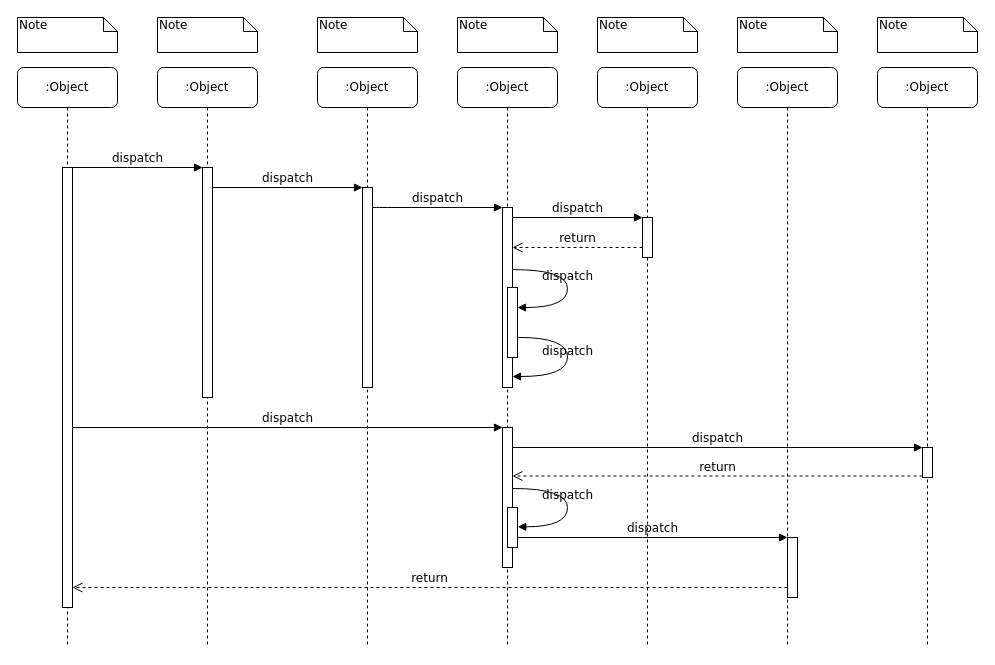
The draw.io diagram Untitled Diagram.drawio in luoyunpeng-Vincent/lyp, before the edit. Source tidied: cells renumbered, new cells numbered last; positions are measured from the earlier drawing's top-left corner, leaving out a move shared by most shapes. Both pictures are drawn from the tidied source at 100%, with x=0, y=0 at pixel (17, 17).
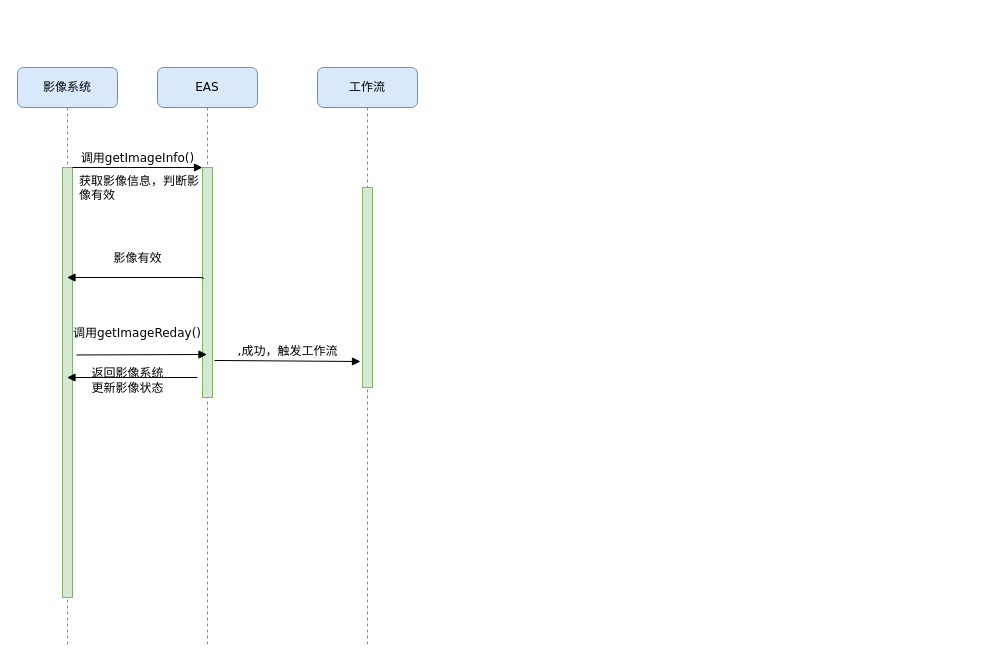
Above is the later version.

Change to the diagram source:
```diff
@@
-    <mxCell id="2" value=":Object" style="shape=umlLifeline;perimeter=lifelinePerimeter;whiteSpace=wrap;html=1;outlineConnect=0;rounded=1;shadow=0;comic=0;labelBackgroundColor=none;strokeWidth=1;fontFamily=Verdana;fontSize=12;align=center;" parent="1" vertex="1">
+    <mxCell id="2" value="EAS" style="shape=umlLifeline;perimeter=lifelinePerimeter;whiteSpace=wrap;html=1;outlineConnect=0;rounded=1;shadow=0;comic=0;labelBackgroundColor=none;strokeWidth=1;fontFamily=Verdana;fontSize=12;align=center;fillColor=#dae8fc;strokeColor=#6c8ebf;" parent="1" vertex="1">
       <mxGeometry x="140" y="50" width="100" height="580" as="geometry" />
     </mxCell>
-    <mxCell id="3" style="html=1;points=[];perimeter=orthogonalPerimeter;rounded=0;shadow=0;comic=0;labelBackgroundColor=none;strokeWidth=1;fontFamily=Verdana;fontSize=12;align=center;" parent="2" vertex="1">
+    <mxCell id="3" style="html=1;points=[];perimeter=orthogonalPerimeter;rounded=0;shadow=0;comic=0;labelBackgroundColor=none;strokeWidth=1;fontFamily=Verdana;fontSize=12;align=center;fillColor=#d5e8d4;strokeColor=#82b366;" parent="2" vertex="1">
       <mxGeometry x="45" y="100" width="10" height="230" as="geometry" />
     </mxCell>
-    <mxCell id="4" value=":Object" style="shape=umlLifeline;perimeter=lifelinePerimeter;whiteSpace=wrap;html=1;rounded=1;shadow=0;comic=0;labelBackgroundColor=none;strokeWidth=1;fontFamily=Verdana;fontSize=12;align=center;" parent="1" vertex="1">
+    <mxCell id="4" value="工作流" style="shape=umlLifeline;perimeter=lifelinePerimeter;whiteSpace=wrap;html=1;rounded=1;shadow=0;comic=0;labelBackgroundColor=none;strokeWidth=1;fontFamily=Verdana;fontSize=12;align=center;fillColor=#dae8fc;strokeColor=#6c8ebf;" parent="1" vertex="1">
       <mxGeometry x="300" y="50" width="100" height="580" as="geometry" />
     </mxCell>
-    <mxCell id="5" style="html=1;points=[];perimeter=orthogonalPerimeter;rounded=0;shadow=0;comic=0;labelBackgroundColor=none;strokeWidth=1;fontFamily=Verdana;fontSize=12;align=center;" parent="4" vertex="1">
+    <mxCell id="5" style="html=1;points=[];perimeter=orthogonalPerimeter;rounded=0;shadow=0;comic=0;labelBackgroundColor=none;strokeWidth=1;fontFamily=Verdana;fontSize=12;align=center;fillColor=#d5e8d4;strokeColor=#82b366;" parent="4" vertex="1">
       <mxGeometry x="45" y="120" width="10" height="200" as="geometry" />
     </mxCell>
-    <mxCell id="6" value=":Object" style="shape=umlLifeline;perimeter=lifelinePerimeter;whiteSpace=wrap;html=1;rounded=1;shadow=0;comic=0;labelBackgroundColor=none;strokeWidth=1;fontFamily=Verdana;fontSize=12;align=center;" parent="1" vertex="1">
-      <mxGeometry x="440" y="50" width="100" height="580" as="geometry" />
-    </mxCell>
-    <mxCell id="7" value=":Object" style="shape=umlLifeline;perimeter=lifelinePerimeter;whiteSpace=wrap;html=1;rounded=1;shadow=0;comic=0;labelBackgroundColor=none;strokeWidth=1;fontFamily=Verdana;fontSize=12;align=center;" parent="1" vertex="1">
-      <mxGeometry x="580" y="50" width="100" height="580" as="geometry" />
-    </mxCell>
-    <mxCell id="8" value=":Object" style="shape=umlLifeline;perimeter=lifelinePerimeter;whiteSpace=wrap;html=1;rounded=1;shadow=0;comic=0;labelBackgroundColor=none;strokeWidth=1;fontFamily=Verdana;fontSize=12;align=center;" parent="1" vertex="1">
-      <mxGeometry x="720" y="50" width="100" height="580" as="geometry" />
-    </mxCell>
-    <mxCell id="9" value=":Object" style="shape=umlLifeline;perimeter=lifelinePerimeter;whiteSpace=wrap;html=1;rounded=1;shadow=0;comic=0;labelBackgroundColor=none;strokeWidth=1;fontFamily=Verdana;fontSize=12;align=center;" parent="1" vertex="1">
-      <mxGeometry x="860" y="50" width="100" height="580" as="geometry" />
-    </mxCell>
-    <mxCell id="10" value=":Object" style="shape=umlLifeline;perimeter=lifelinePerimeter;whiteSpace=wrap;html=1;outlineConnect=0;rounded=1;shadow=0;comic=0;labelBackgroundColor=none;strokeWidth=1;fontFamily=Verdana;fontSize=12;align=center;" parent="1" vertex="1">
+    <mxCell id="10" value="影像系统" style="shape=umlLifeline;perimeter=lifelinePerimeter;whiteSpace=wrap;html=1;outlineConnect=0;rounded=1;shadow=0;comic=0;labelBackgroundColor=none;strokeWidth=1;fontFamily=Verdana;fontSize=12;align=center;fillColor=#dae8fc;strokeColor=#6c8ebf;" parent="1" vertex="1">
       <mxGeometry y="50" width="100" height="580" as="geometry" />
     </mxCell>
-    <mxCell id="11" style="html=1;points=[];perimeter=orthogonalPerimeter;rounded=0;shadow=0;comic=0;labelBackgroundColor=none;strokeWidth=1;fontFamily=Verdana;fontSize=12;align=center;" parent="10" vertex="1">
-      <mxGeometry x="45" y="100" width="10" height="440" as="geometry" />
+    <mxCell id="11" style="html=1;points=[];perimeter=orthogonalPerimeter;rounded=0;shadow=0;comic=0;labelBackgroundColor=none;strokeWidth=1;fontFamily=Verdana;fontSize=12;align=center;fillColor=#d5e8d4;strokeColor=#82b366;" parent="10" vertex="1">
+      <mxGeometry x="45" y="100" width="10" height="430" as="geometry" />
     </mxCell>
-    <mxCell id="12" style="html=1;points=[];perimeter=orthogonalPerimeter;rounded=0;shadow=0;comic=0;labelBackgroundColor=none;strokeWidth=1;fontFamily=Verdana;fontSize=12;align=center;" parent="1" vertex="1">
-      <mxGeometry x="485" y="190" width="10" height="180" as="geometry" />
-    </mxCell>
-    <mxCell id="13" value="dispatch" style="html=1;verticalAlign=bottom;endArrow=block;labelBackgroundColor=none;fontFamily=Verdana;fontSize=12;edgeStyle=elbowEdgeStyle;elbow=vertical;" parent="1" edge="1" source="5" target="12">
-      <mxGeometry relative="1" as="geometry">
+    <mxCell id="13" value="影像有效" style="html=1;verticalAlign=bottom;endArrow=block;labelBackgroundColor=none;fontFamily=Verdana;fontSize=12;edgeStyle=elbowEdgeStyle;elbow=vertical;exitX=0.1;exitY=0.483;exitDx=0;exitDy=0;exitPerimeter=0;" parent="1" edge="1" source="3" target="10">
+      <mxGeometry x="-0.02" y="-10" relative="1" as="geometry">
         <Array as="points">
-          <mxPoint x="360" y="190" />
+          <mxPoint x="140" y="260" />
         </Array>
       </mxGeometry>
     </mxCell>
-    <mxCell id="14" style="html=1;points=[];perimeter=orthogonalPerimeter;rounded=0;shadow=0;comic=0;labelBackgroundColor=none;strokeWidth=1;fontFamily=Verdana;fontSize=12;align=center;" parent="1" vertex="1">
-      <mxGeometry x="625" y="200" width="10" height="40" as="geometry" />
-    </mxCell>
-    <mxCell id="15" value="dispatch" style="html=1;verticalAlign=bottom;endArrow=block;entryX=0;entryY=0;labelBackgroundColor=none;fontFamily=Verdana;fontSize=12;edgeStyle=elbowEdgeStyle;elbow=vertical;" parent="1" edge="1" source="12" target="14">
-      <mxGeometry relative="1" as="geometry" />
-    </mxCell>
-    <mxCell id="16" value="return" style="html=1;verticalAlign=bottom;endArrow=open;dashed=1;endSize=8;labelBackgroundColor=none;fontFamily=Verdana;fontSize=12;edgeStyle=elbowEdgeStyle;elbow=vertical;" parent="1" edge="1" source="14" target="12">
-      <mxGeometry relative="1" as="geometry">
-        <Array as="points">
-          <mxPoint x="570" y="230" />
-          <mxPoint x="600" y="230" />
-        </Array>
-      </mxGeometry>
-    </mxCell>
-    <mxCell id="17" style="html=1;points=[];perimeter=orthogonalPerimeter;rounded=0;shadow=0;comic=0;labelBackgroundColor=none;strokeWidth=1;fontFamily=Verdana;fontSize=12;align=center;" parent="1" vertex="1">
-      <mxGeometry x="485" y="410" width="10" height="140" as="geometry" />
-    </mxCell>
-    <mxCell id="18" value="dispatch" style="html=1;verticalAlign=bottom;endArrow=block;entryX=0;entryY=0;labelBackgroundColor=none;fontFamily=Verdana;fontSize=12;" parent="1" edge="1" source="11" target="17">
+    <mxCell id="18" value=",成功，触发工作流" style="html=1;verticalAlign=bottom;endArrow=block;entryX=-0.2;entryY=0.87;labelBackgroundColor=none;fontFamily=Verdana;fontSize=12;exitX=1.2;exitY=0.839;exitDx=0;exitDy=0;exitPerimeter=0;entryDx=0;entryDy=0;entryPerimeter=0;" parent="1" edge="1" source="3" target="5">
       <mxGeometry relative="1" as="geometry" />
     </mxCell>
-    <mxCell id="19" style="html=1;points=[];perimeter=orthogonalPerimeter;rounded=0;shadow=0;comic=0;labelBackgroundColor=none;strokeColor=#000000;strokeWidth=1;fillColor=#FFFFFF;fontFamily=Verdana;fontSize=12;fontColor=#000000;align=center;" parent="1" vertex="1">
-      <mxGeometry x="905" y="430" width="10" height="30" as="geometry" />
-    </mxCell>
-    <mxCell id="20" value="dispatch" style="html=1;verticalAlign=bottom;endArrow=block;entryX=0;entryY=0;labelBackgroundColor=none;fontFamily=Verdana;fontSize=12;" parent="1" edge="1" source="17" target="19">
-      <mxGeometry relative="1" as="geometry" />
-    </mxCell>
-    <mxCell id="21" value="return" style="html=1;verticalAlign=bottom;endArrow=open;dashed=1;endSize=8;exitX=0;exitY=0.95;labelBackgroundColor=none;fontFamily=Verdana;fontSize=12;" parent="1" edge="1" source="19" target="17">
-      <mxGeometry relative="1" as="geometry" />
-    </mxCell>
-    <mxCell id="22" style="html=1;points=[];perimeter=orthogonalPerimeter;rounded=0;shadow=0;comic=0;labelBackgroundColor=none;strokeWidth=1;fontFamily=Verdana;fontSize=12;align=center;" parent="1" vertex="1">
-      <mxGeometry x="770" y="520" width="10" height="60" as="geometry" />
-    </mxCell>
-    <mxCell id="23" value="dispatch" style="html=1;verticalAlign=bottom;endArrow=block;entryX=0;entryY=0;labelBackgroundColor=none;fontFamily=Verdana;fontSize=12;edgeStyle=elbowEdgeStyle;elbow=vertical;" parent="1" edge="1" source="30" target="22">
-      <mxGeometry relative="1" as="geometry" />
+    <mxCell id="23" value="&lt;div&gt;返回影像系统&lt;/div&gt;&lt;div&gt;更新影像状态&lt;/div&gt;" style="html=1;verticalAlign=bottom;endArrow=block;labelBackgroundColor=none;fontFamily=Verdana;fontSize=12;edgeStyle=elbowEdgeStyle;elbow=vertical;" parent="1" edge="1" target="10">
+      <mxGeometry x="0.07" y="20" relative="1" as="geometry">
+        <mxPoint x="180" y="360" as="sourcePoint" />
+      </mxGeometry>
     </mxCell>
-    <mxCell id="24" value="return" style="html=1;verticalAlign=bottom;endArrow=open;dashed=1;endSize=8;labelBackgroundColor=none;fontFamily=Verdana;fontSize=12;edgeStyle=elbowEdgeStyle;elbow=vertical;" parent="1" edge="1" source="22" target="11">
-      <mxGeometry relative="1" as="geometry">
-        <Array as="points">
-          <mxPoint x="470" y="570" />
-        </Array>
-      </mxGeometry>
-    </mxCell>
-    <mxCell id="25" value="dispatch" style="html=1;verticalAlign=bottom;endArrow=block;entryX=0;entryY=0;labelBackgroundColor=none;fontFamily=Verdana;fontSize=12;edgeStyle=elbowEdgeStyle;elbow=vertical;" parent="1" edge="1" source="11" target="3">
+    <mxCell id="25" value="调用getImageInfo()" style="html=1;verticalAlign=bottom;endArrow=block;entryX=0;entryY=0;labelBackgroundColor=none;fontFamily=Verdana;fontSize=12;edgeStyle=elbowEdgeStyle;elbow=vertical;" parent="1" edge="1" source="11" target="3">
       <mxGeometry relative="1" as="geometry" />
     </mxCell>
-    <mxCell id="26" value="dispatch" style="html=1;verticalAlign=bottom;endArrow=block;entryX=0;entryY=0;labelBackgroundColor=none;fontFamily=Verdana;fontSize=12;edgeStyle=elbowEdgeStyle;elbow=vertical;" parent="1" edge="1" source="3" target="5">
-      <mxGeometry relative="1" as="geometry" />
+    <mxCell id="26" value="&amp;nbsp; &amp;nbsp;&amp;nbsp; 调用getImageReday()" style="html=1;verticalAlign=bottom;endArrow=block;labelBackgroundColor=none;fontFamily=Verdana;fontSize=12;edgeStyle=elbowEdgeStyle;elbow=vertical;exitX=1.4;exitY=0.436;exitDx=0;exitDy=0;exitPerimeter=0;" parent="1" edge="1" source="11" target="2">
+      <mxGeometry x="-0.22" y="12" relative="1" as="geometry" />
     </mxCell>
-    <mxCell id="27" style="html=1;points=[];perimeter=orthogonalPerimeter;rounded=0;shadow=0;comic=0;labelBackgroundColor=none;strokeWidth=1;fontFamily=Verdana;fontSize=12;align=center;" parent="1" vertex="1">
-      <mxGeometry x="490" y="270" width="10" height="70" as="geometry" />
-    </mxCell>
-    <mxCell id="28" value="dispatch" style="html=1;verticalAlign=bottom;endArrow=block;labelBackgroundColor=none;fontFamily=Verdana;fontSize=12;elbow=vertical;edgeStyle=orthogonalEdgeStyle;curved=1;entryX=1;entryY=0.286;entryPerimeter=0;exitX=1.038;exitY=0.345;exitPerimeter=0;" parent="1" edge="1" source="12" target="27">
-      <mxGeometry relative="1" as="geometry">
-        <Array as="points">
-          <mxPoint x="550" y="252" />
-          <mxPoint x="550" y="290" />
-        </Array>
-      </mxGeometry>
-    </mxCell>
-    <mxCell id="29" value="dispatch" style="html=1;verticalAlign=bottom;endArrow=block;labelBackgroundColor=none;fontFamily=Verdana;fontSize=12;elbow=vertical;edgeStyle=orthogonalEdgeStyle;curved=1;exitX=1.066;exitY=0.713;exitPerimeter=0;" parent="1" edge="1" source="27">
-      <mxGeometry relative="1" as="geometry">
-        <mxPoint x="495" y="359" as="targetPoint" />
-        <Array as="points">
-          <mxPoint x="550" y="320" />
-          <mxPoint x="550" y="359" />
-        </Array>
-      </mxGeometry>
-    </mxCell>
-    <mxCell id="30" style="html=1;points=[];perimeter=orthogonalPerimeter;rounded=0;shadow=0;comic=0;labelBackgroundColor=none;strokeWidth=1;fontFamily=Verdana;fontSize=12;align=center;" parent="1" vertex="1">
-      <mxGeometry x="490" y="490" width="10" height="40" as="geometry" />
-    </mxCell>
-    <mxCell id="31" value="dispatch" style="html=1;verticalAlign=bottom;endArrow=block;labelBackgroundColor=none;fontFamily=Verdana;fontSize=12;elbow=vertical;edgeStyle=orthogonalEdgeStyle;curved=1;entryX=1;entryY=0.286;entryPerimeter=0;exitX=1.038;exitY=0.345;exitPerimeter=0;" parent="1" edge="1">
-      <mxGeometry relative="1" as="geometry">
-        <mxPoint x="495.3" y="471" as="sourcePoint" />
-        <mxPoint x="500.3" y="509.3" as="targetPoint" />
-        <Array as="points">
-          <mxPoint x="550" y="471" />
-          <mxPoint x="550" y="509" />
-        </Array>
-      </mxGeometry>
-    </mxCell>
-    <mxCell id="32" value="Note" style="shape=note;whiteSpace=wrap;html=1;size=14;verticalAlign=top;align=left;spacingTop=-6;rounded=0;shadow=0;comic=0;labelBackgroundColor=none;strokeWidth=1;fontFamily=Verdana;fontSize=12;" parent="1" vertex="1">
-      <mxGeometry width="100" height="35" as="geometry" />
-    </mxCell>
-    <mxCell id="33" value="Note" style="shape=note;whiteSpace=wrap;html=1;size=14;verticalAlign=top;align=left;spacingTop=-6;rounded=0;shadow=0;comic=0;labelBackgroundColor=none;strokeWidth=1;fontFamily=Verdana;fontSize=12;" parent="1" vertex="1">
-      <mxGeometry x="140" width="100" height="35" as="geometry" />
-    </mxCell>
-    <mxCell id="34" value="Note" style="shape=note;whiteSpace=wrap;html=1;size=14;verticalAlign=top;align=left;spacingTop=-6;rounded=0;shadow=0;comic=0;labelBackgroundColor=none;strokeWidth=1;fontFamily=Verdana;fontSize=12;" parent="1" vertex="1">
-      <mxGeometry x="300" width="100" height="35" as="geometry" />
-    </mxCell>
-    <mxCell id="35" value="Note" style="shape=note;whiteSpace=wrap;html=1;size=14;verticalAlign=top;align=left;spacingTop=-6;rounded=0;shadow=0;comic=0;labelBackgroundColor=none;strokeWidth=1;fontFamily=Verdana;fontSize=12;" parent="1" vertex="1">
-      <mxGeometry x="440" width="100" height="35" as="geometry" />
-    </mxCell>
-    <mxCell id="36" value="Note" style="shape=note;whiteSpace=wrap;html=1;size=14;verticalAlign=top;align=left;spacingTop=-6;rounded=0;shadow=0;comic=0;labelBackgroundColor=none;strokeWidth=1;fontFamily=Verdana;fontSize=12;" parent="1" vertex="1">
-      <mxGeometry x="580" width="100" height="35" as="geometry" />
-    </mxCell>
-    <mxCell id="37" value="Note" style="shape=note;whiteSpace=wrap;html=1;size=14;verticalAlign=top;align=left;spacingTop=-6;rounded=0;shadow=0;comic=0;labelBackgroundColor=none;strokeWidth=1;fontFamily=Verdana;fontSize=12;" parent="1" vertex="1">
-      <mxGeometry x="720" width="100" height="35" as="geometry" />
-    </mxCell>
-    <mxCell id="38" value="Note" style="shape=note;whiteSpace=wrap;html=1;size=14;verticalAlign=top;align=left;spacingTop=-6;rounded=0;shadow=0;comic=0;labelBackgroundColor=none;strokeWidth=1;fontFamily=Verdana;fontSize=12;" parent="1" vertex="1">
-      <mxGeometry x="860" width="100" height="35" as="geometry" />
-    </mxCell>
+    <mxCell id="39" value="获取影像信息，判断影像有效" style="text;whiteSpace=wrap;html=1;" parent="1" vertex="1">
+      <mxGeometry x="60" y="150" width="130" height="30" as="geometry" />
+    </mxCell>
```
